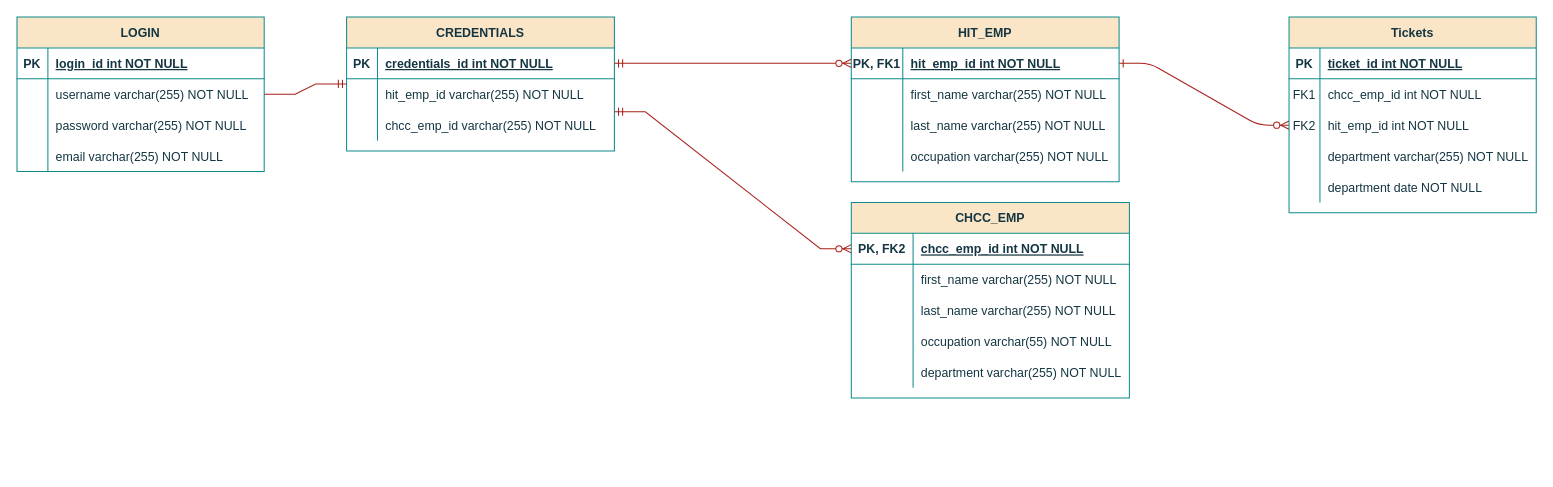
Earlier version of the draw.io diagram Untitled Diagram.drawio (patriciacastillon-marianas/login_diagram). Source tidied: cells renumbered, new cells numbered last; positions are measured from the earlier drawing's top-left corner, leaving out a move shared by most shapes. Both pictures are drawn from the tidied source at 103%, with x=0, y=0 at pixel (16, 16).
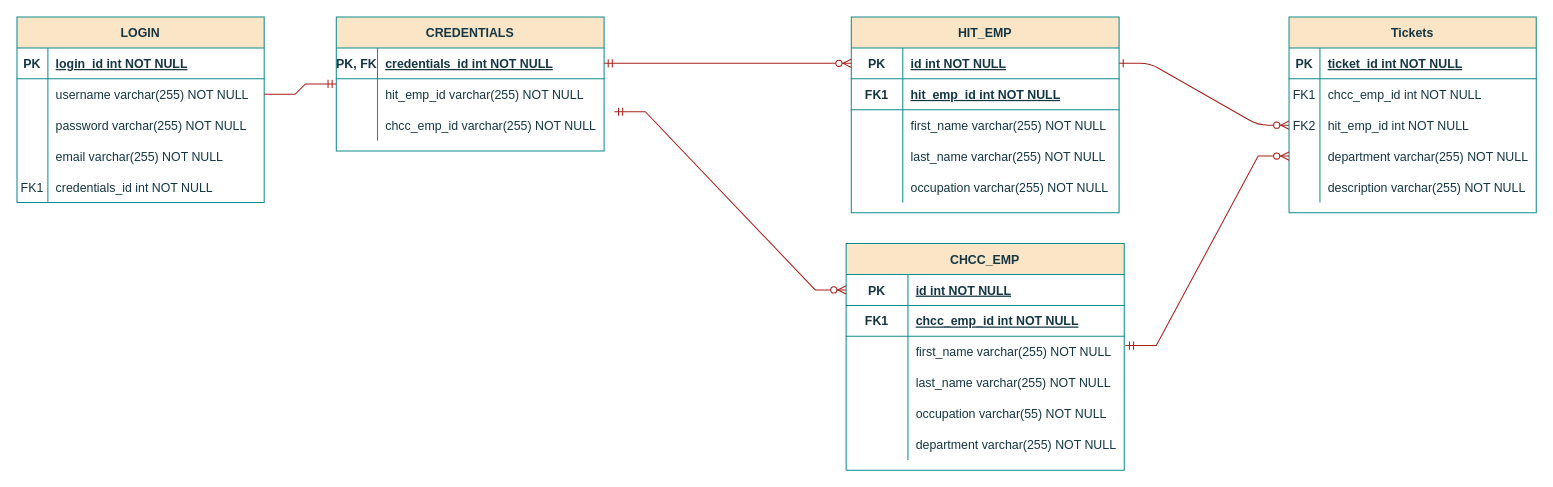
The same page after the edit.

The change refers to these unchanged cells:
```xml
<mxCell id="13" style="shape=partialRectangle;fillColor=none;points=[[0,0.5],[1,0.5]];portConstraint=eastwest;top=0;left=0;right=0;bottom=0;labelBackgroundColor=none;strokeColor=#0F8B8D;fontColor=#143642;" parent="3" vertex="1">
  <mxGeometry y="120" width="240" height="30" as="geometry" />
</mxCell>
<mxCell id="16" style="shape=partialRectangle;fillColor=none;top=0;left=0;right=0;bottom=0;labelBackgroundColor=none;strokeColor=#0F8B8D;fontColor=#143642;" parent="3" vertex="1">
  <mxGeometry y="150" width="240" height="30" as="geometry" />
</mxCell>
<mxCell id="20" style="shape=partialRectangle;fillColor=none;points=[[0,0.5],[1,0.5]];portConstraint=eastwest;top=0;left=0;right=0;bottom=1;labelBackgroundColor=none;strokeColor=#0F8B8D;fontColor=#143642;" parent="19" vertex="1">
  <mxGeometry y="30" width="260" height="30" as="geometry" />
</mxCell>
<mxCell id="46" style="shape=partialRectangle;fillColor=none;points=[[0,0.5],[1,0.5]];portConstraint=eastwest;top=0;left=0;right=0;bottom=1;labelBackgroundColor=none;strokeColor=#0F8B8D;fontColor=#143642;" parent="45" vertex="1">
  <mxGeometry y="30" width="270" height="30" as="geometry" />
</mxCell>
<mxCell id="62" style="shape=partialRectangle;fillColor=none;points=[[0,0.5],[1,0.5]];portConstraint=eastwest;top=0;left=0;right=0;bottom=1;labelBackgroundColor=none;strokeColor=#0F8B8D;fontColor=#143642;" parent="61" vertex="1">
  <mxGeometry y="30" width="260" height="30" as="geometry" />
</mxCell>
<mxCell id="65" style="shape=partialRectangle;fillColor=none;top=0;left=0;right=0;bottom=0;labelBackgroundColor=none;strokeColor=#0F8B8D;fontColor=#143642;" parent="61" vertex="1">
  <mxGeometry y="60" width="260" height="30" as="geometry" />
</mxCell>
<mxCell id="68" style="shape=partialRectangle;fillColor=none;top=0;left=0;right=0;bottom=0;labelBackgroundColor=none;strokeColor=#0F8B8D;fontColor=#143642;" parent="61" vertex="1">
  <mxGeometry y="90" width="260" height="30" as="geometry" />
</mxCell>
```

Diff of the diagram source:
```diff
@@
-    <mxCell id="18" value="department date NOT NULL" style="shape=partialRectangle;overflow=hidden;fillColor=none;top=0;left=0;bottom=0;right=0;align=left;spacingLeft=6;labelBackgroundColor=none;strokeColor=#0F8B8D;fontColor=#143642;" parent="16" vertex="1">
+    <mxCell id="18" value="description varchar(255) NOT NULL" style="shape=partialRectangle;overflow=hidden;fillColor=none;top=0;left=0;bottom=0;right=0;align=left;spacingLeft=6;labelBackgroundColor=none;strokeColor=#0F8B8D;fontColor=#143642;" parent="16" vertex="1">
       <mxGeometry x="30" width="210" height="30" as="geometry" />
     </mxCell>
     <mxCell id="19" value="HIT_EMP" style="shape=table;startSize=30;childLayout=tableLayout;rowLines=0;fontStyle=1;align=center;labelBackgroundColor=none;fillColor=#FAE5C7;strokeColor=#0F8B8D;fontColor=#143642;" parent="1" vertex="1">
-      <mxGeometry x="810" width="260" height="160" as="geometry" />
+      <mxGeometry x="810" width="260" height="190" as="geometry" />
     </mxCell>
@@
-    <mxCell id="21" value="PK, FK1" style="shape=partialRectangle;overflow=hidden;fillColor=none;top=0;left=0;bottom=0;right=0;fontStyle=1;labelBackgroundColor=none;strokeColor=#0F8B8D;fontColor=#143642;" parent="20" vertex="1">
+    <mxCell id="21" value="PK" style="shape=partialRectangle;overflow=hidden;fillColor=none;top=0;left=0;bottom=0;right=0;fontStyle=1;labelBackgroundColor=none;strokeColor=#0F8B8D;fontColor=#143642;" parent="20" vertex="1">
       <mxGeometry width="50" height="30" as="geometry" />
     </mxCell>
-    <mxCell id="22" value="hit_emp_id int NOT NULL " style="shape=partialRectangle;overflow=hidden;fillColor=none;top=0;left=0;bottom=0;right=0;align=left;spacingLeft=6;fontStyle=5;labelBackgroundColor=none;strokeColor=#0F8B8D;fontColor=#143642;" parent="20" vertex="1">
+    <mxCell id="22" value="id int NOT NULL " style="shape=partialRectangle;overflow=hidden;fillColor=none;top=0;left=0;bottom=0;right=0;align=left;spacingLeft=6;fontStyle=5;labelBackgroundColor=none;strokeColor=#0F8B8D;fontColor=#143642;" parent="20" vertex="1">
       <mxGeometry x="50" width="210" height="30" as="geometry" />
     </mxCell>
+    <mxCell id="74" style="shape=partialRectangle;fillColor=none;top=0;left=0;right=0;bottom=1;labelBackgroundColor=none;strokeColor=#0F8B8D;fontColor=#143642;" parent="19" vertex="1">
+      <mxGeometry y="60" width="260" height="30" as="geometry" />
+    </mxCell>
+    <mxCell id="75" value="FK1" style="shape=partialRectangle;overflow=hidden;fillColor=none;top=0;left=0;bottom=0;right=0;fontStyle=1;labelBackgroundColor=none;strokeColor=#0F8B8D;fontColor=#143642;" parent="74" vertex="1">
+      <mxGeometry width="50" height="30" as="geometry" />
+    </mxCell>
+    <mxCell id="76" value="hit_emp_id int NOT NULL " style="shape=partialRectangle;overflow=hidden;fillColor=none;top=0;left=0;bottom=0;right=0;align=left;spacingLeft=6;fontStyle=5;labelBackgroundColor=none;strokeColor=#0F8B8D;fontColor=#143642;" parent="74" vertex="1">
+      <mxGeometry x="50" width="210" height="30" as="geometry" />
+    </mxCell>
     <mxCell id="23" style="shape=partialRectangle;fillColor=none;top=0;left=0;right=0;bottom=0;labelBackgroundColor=none;strokeColor=#0F8B8D;fontColor=#143642;" parent="19" vertex="1">
-      <mxGeometry y="60" width="260" height="30" as="geometry" />
+      <mxGeometry y="90" width="260" height="30" as="geometry" />
     </mxCell>
@@
     <mxCell id="26" style="shape=partialRectangle;fillColor=none;top=0;left=0;right=0;bottom=0;labelBackgroundColor=none;strokeColor=#0F8B8D;fontColor=#143642;" parent="19" vertex="1">
-      <mxGeometry y="90" width="260" height="30" as="geometry" />
+      <mxGeometry y="120" width="260" height="30" as="geometry" />
     </mxCell>
@@
     <mxCell id="29" style="shape=partialRectangle;fillColor=none;top=0;left=0;right=0;bottom=0;labelBackgroundColor=none;strokeColor=#0F8B8D;fontColor=#143642;" parent="19" vertex="1">
-      <mxGeometry y="120" width="260" height="30" as="geometry" />
+      <mxGeometry y="150" width="260" height="30" as="geometry" />
     </mxCell>
@@
     <mxCell id="32" value="LOGIN" style="shape=table;startSize=30;childLayout=tableLayout;rowLines=0;fontStyle=1;align=center;labelBackgroundColor=none;fillColor=#FAE5C7;strokeColor=#0F8B8D;fontColor=#143642;" parent="1" vertex="1">
-      <mxGeometry width="240" height="150" as="geometry" />
+      <mxGeometry width="240" height="180" as="geometry" />
     </mxCell>
@@
+    <mxCell id="77" style="shape=partialRectangle;fillColor=none;top=0;left=0;right=0;bottom=0;labelBackgroundColor=none;strokeColor=#0F8B8D;fontColor=#143642;" parent="32" vertex="1">
+      <mxGeometry y="150" width="240" height="30" as="geometry" />
+    </mxCell>
+    <mxCell id="78" value="FK1" style="shape=partialRectangle;overflow=hidden;fillColor=none;top=0;left=0;bottom=0;right=0;labelBackgroundColor=none;strokeColor=#0F8B8D;fontColor=#143642;" parent="77" vertex="1">
+      <mxGeometry width="30" height="30" as="geometry" />
+    </mxCell>
+    <mxCell id="79" value="credentials_id int NOT NULL" style="shape=partialRectangle;overflow=hidden;fillColor=none;top=0;left=0;bottom=0;right=0;align=left;spacingLeft=6;labelBackgroundColor=none;strokeColor=#0F8B8D;fontColor=#143642;" parent="77" vertex="1">
+      <mxGeometry x="30" width="210" height="30" as="geometry" />
+    </mxCell>
     <mxCell id="45" value="CHCC_EMP" style="shape=table;startSize=30;childLayout=tableLayout;rowLines=0;fontStyle=1;align=center;labelBackgroundColor=none;fillColor=#FAE5C7;strokeColor=#0F8B8D;fontColor=#143642;" parent="1" vertex="1">
-      <mxGeometry x="810" y="180" width="270" height="190" as="geometry" />
+      <mxGeometry x="805" y="220" width="270" height="220" as="geometry" />
     </mxCell>
@@
-    <mxCell id="47" value="PK, FK2" style="shape=partialRectangle;overflow=hidden;fillColor=none;top=0;left=0;bottom=0;right=0;fontStyle=1;labelBackgroundColor=none;strokeColor=#0F8B8D;fontColor=#143642;" parent="46" vertex="1">
+    <mxCell id="47" value="PK" style="shape=partialRectangle;overflow=hidden;fillColor=none;top=0;left=0;bottom=0;right=0;fontStyle=1;labelBackgroundColor=none;strokeColor=#0F8B8D;fontColor=#143642;" parent="46" vertex="1">
       <mxGeometry width="60" height="30" as="geometry" />
     </mxCell>
-    <mxCell id="48" value="chcc_emp_id int NOT NULL " style="shape=partialRectangle;overflow=hidden;fillColor=none;top=0;left=0;bottom=0;right=0;align=left;spacingLeft=6;fontStyle=5;labelBackgroundColor=none;strokeColor=#0F8B8D;fontColor=#143642;" parent="46" vertex="1">
+    <mxCell id="48" value="id int NOT NULL " style="shape=partialRectangle;overflow=hidden;fillColor=none;top=0;left=0;bottom=0;right=0;align=left;spacingLeft=6;fontStyle=5;labelBackgroundColor=none;strokeColor=#0F8B8D;fontColor=#143642;" parent="46" vertex="1">
       <mxGeometry x="60" width="210" height="30" as="geometry" />
     </mxCell>
+    <mxCell id="80" style="shape=partialRectangle;fillColor=none;top=0;left=0;right=0;bottom=1;labelBackgroundColor=none;strokeColor=#0F8B8D;fontColor=#143642;" parent="45" vertex="1">
+      <mxGeometry y="60" width="270" height="30" as="geometry" />
+    </mxCell>
+    <mxCell id="81" value="FK1" style="shape=partialRectangle;overflow=hidden;fillColor=none;top=0;left=0;bottom=0;right=0;fontStyle=1;labelBackgroundColor=none;strokeColor=#0F8B8D;fontColor=#143642;" parent="80" vertex="1">
+      <mxGeometry width="60" height="30" as="geometry" />
+    </mxCell>
+    <mxCell id="82" value="chcc_emp_id int NOT NULL " style="shape=partialRectangle;overflow=hidden;fillColor=none;top=0;left=0;bottom=0;right=0;align=left;spacingLeft=6;fontStyle=5;labelBackgroundColor=none;strokeColor=#0F8B8D;fontColor=#143642;" parent="80" vertex="1">
+      <mxGeometry x="60" width="210" height="30" as="geometry" />
+    </mxCell>
     <mxCell id="49" style="shape=partialRectangle;fillColor=none;points=[[0,0.5],[1,0.5]];portConstraint=eastwest;top=0;left=0;right=0;bottom=0;labelBackgroundColor=none;strokeColor=#0F8B8D;fontColor=#143642;" parent="45" vertex="1">
-      <mxGeometry y="60" width="270" height="30" as="geometry" />
+      <mxGeometry y="90" width="270" height="30" as="geometry" />
     </mxCell>
@@
     <mxCell id="52" style="shape=partialRectangle;fillColor=none;top=0;left=0;right=0;bottom=0;labelBackgroundColor=none;strokeColor=#0F8B8D;fontColor=#143642;" parent="45" vertex="1">
-      <mxGeometry y="90" width="270" height="30" as="geometry" />
+      <mxGeometry y="120" width="270" height="30" as="geometry" />
     </mxCell>
@@
     <mxCell id="55" style="shape=partialRectangle;fillColor=none;top=0;left=0;right=0;bottom=0;labelBackgroundColor=none;strokeColor=#0F8B8D;fontColor=#143642;" parent="45" vertex="1">
-      <mxGeometry y="120" width="270" height="30" as="geometry" />
+      <mxGeometry y="150" width="270" height="30" as="geometry" />
     </mxCell>
@@
     <mxCell id="58" style="shape=partialRectangle;fillColor=none;top=0;left=0;right=0;bottom=0;labelBackgroundColor=none;strokeColor=#0F8B8D;fontColor=#143642;" parent="45" vertex="1">
-      <mxGeometry y="150" width="270" height="30" as="geometry" />
+      <mxGeometry y="180" width="270" height="30" as="geometry" />
     </mxCell>
@@
     <mxCell id="61" value="CREDENTIALS" style="shape=table;startSize=30;childLayout=tableLayout;rowLines=0;fontStyle=1;align=center;labelBackgroundColor=none;fillColor=#FAE5C7;strokeColor=#0F8B8D;fontColor=#143642;" parent="1" vertex="1">
-      <mxGeometry x="320" width="260" height="130" as="geometry" />
+      <mxGeometry x="310" width="260" height="130" as="geometry" />
     </mxCell>
@@
-    <mxCell id="63" value="PK" style="shape=partialRectangle;overflow=hidden;fillColor=none;top=0;left=0;bottom=0;right=0;fontStyle=1;labelBackgroundColor=none;strokeColor=#0F8B8D;fontColor=#143642;" parent="62" vertex="1">
-      <mxGeometry width="30" height="30" as="geometry" />
+    <mxCell id="63" value="PK, FK" style="shape=partialRectangle;overflow=hidden;fillColor=none;top=0;left=0;bottom=0;right=0;fontStyle=1;labelBackgroundColor=none;strokeColor=#0F8B8D;fontColor=#143642;" parent="62" vertex="1">
+      <mxGeometry width="40" height="30" as="geometry" />
     </mxCell>
     <mxCell id="64" value="credentials_id int NOT NULL " style="shape=partialRectangle;overflow=hidden;fillColor=none;top=0;left=0;bottom=0;right=0;align=left;spacingLeft=6;fontStyle=5;labelBackgroundColor=none;strokeColor=#0F8B8D;fontColor=#143642;" parent="62" vertex="1">
-      <mxGeometry x="30" width="230" height="30" as="geometry" />
+      <mxGeometry x="40" width="220" height="30" as="geometry" />
     </mxCell>
@@
     <mxCell id="66" style="shape=partialRectangle;overflow=hidden;fillColor=none;top=0;left=0;bottom=0;right=0;labelBackgroundColor=none;strokeColor=#0F8B8D;fontColor=#143642;" parent="65" vertex="1">
-      <mxGeometry width="30" height="30" as="geometry" />
+      <mxGeometry width="40" height="30" as="geometry" />
     </mxCell>
     <mxCell id="67" value="hit_emp_id varchar(255) NOT NULL" style="shape=partialRectangle;overflow=hidden;fillColor=none;top=0;left=0;bottom=0;right=0;align=left;spacingLeft=6;labelBackgroundColor=none;strokeColor=#0F8B8D;fontColor=#143642;" parent="65" vertex="1">
-      <mxGeometry x="30" width="230" height="30" as="geometry" />
+      <mxGeometry x="40" width="220" height="30" as="geometry" />
     </mxCell>
@@
     <mxCell id="69" style="shape=partialRectangle;overflow=hidden;fillColor=none;top=0;left=0;bottom=0;right=0;labelBackgroundColor=none;strokeColor=#0F8B8D;fontColor=#143642;" parent="68" vertex="1">
-      <mxGeometry width="30" height="30" as="geometry" />
+      <mxGeometry width="40" height="30" as="geometry" />
     </mxCell>
     <mxCell id="70" value="chcc_emp_id varchar(255) NOT NULL" style="shape=partialRectangle;overflow=hidden;fillColor=none;top=0;left=0;bottom=0;right=0;align=left;spacingLeft=6;labelBackgroundColor=none;strokeColor=#0F8B8D;fontColor=#143642;" parent="68" vertex="1">
-      <mxGeometry x="30" width="230" height="30" as="geometry" />
+      <mxGeometry x="40" width="220" height="30" as="geometry" />
     </mxCell>
@@
+    <mxCell id="83" style="edgeStyle=entityRelationEdgeStyle;fontSize=12;html=1;endArrow=ERzeroToMany;startArrow=ERmandOne;rounded=0;strokeColor=#A8201A;fontColor=#143642;fillColor=#FAE5C7;entryX=0;entryY=0.5;entryDx=0;entryDy=0;exitX=1.004;exitY=0.3;exitDx=0;exitDy=0;exitPerimeter=0;" parent="1" edge="1" source="49" target="13">
+      <mxGeometry relative="1" as="geometry" />
+    </mxCell>
```
